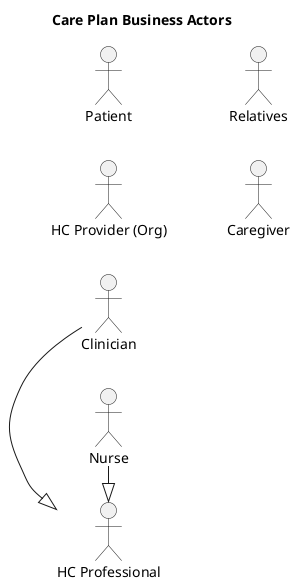
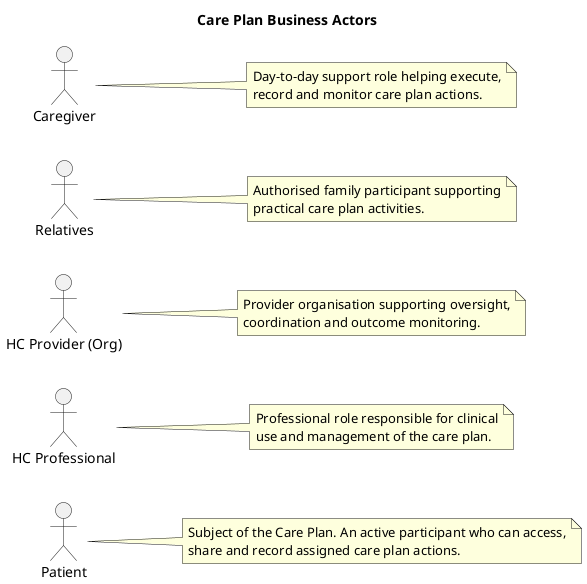
@startuml
title Care Plan Business Actors

left to right direction
skinparam packageStyle rectangle

' ========= Actors =========
actor Patient as PAT
actor "HC Professional" as HCP
- actor Clinician as CLIN
- actor Nurse as NUR
actor "HC Provider (Org)" as ORG
actor Relatives as REL
actor Caregiver as CARG

- CLIN -|> HCP
- NUR  -|> HCP
+ 
+ note right of PAT
+ Subject of the Care Plan. An active participant who can access,
+ share and record assigned care plan actions.
+ end note
+ 
+ note right of HCP
+ Professional role responsible for clinical
+ use and management of the care plan.
+ end note
+ 
+ note right of ORG
+ Provider organisation supporting oversight,
+ coordination and outcome monitoring.
+ end note
+ 
+ note right of REL
+ Authorised family participant supporting
+ practical care plan activities.
+ end note
+ 
+ note right of CARG
+ Day-to-day support role helping execute,
+ record and monitor care plan actions.
+ end note



@enduml
